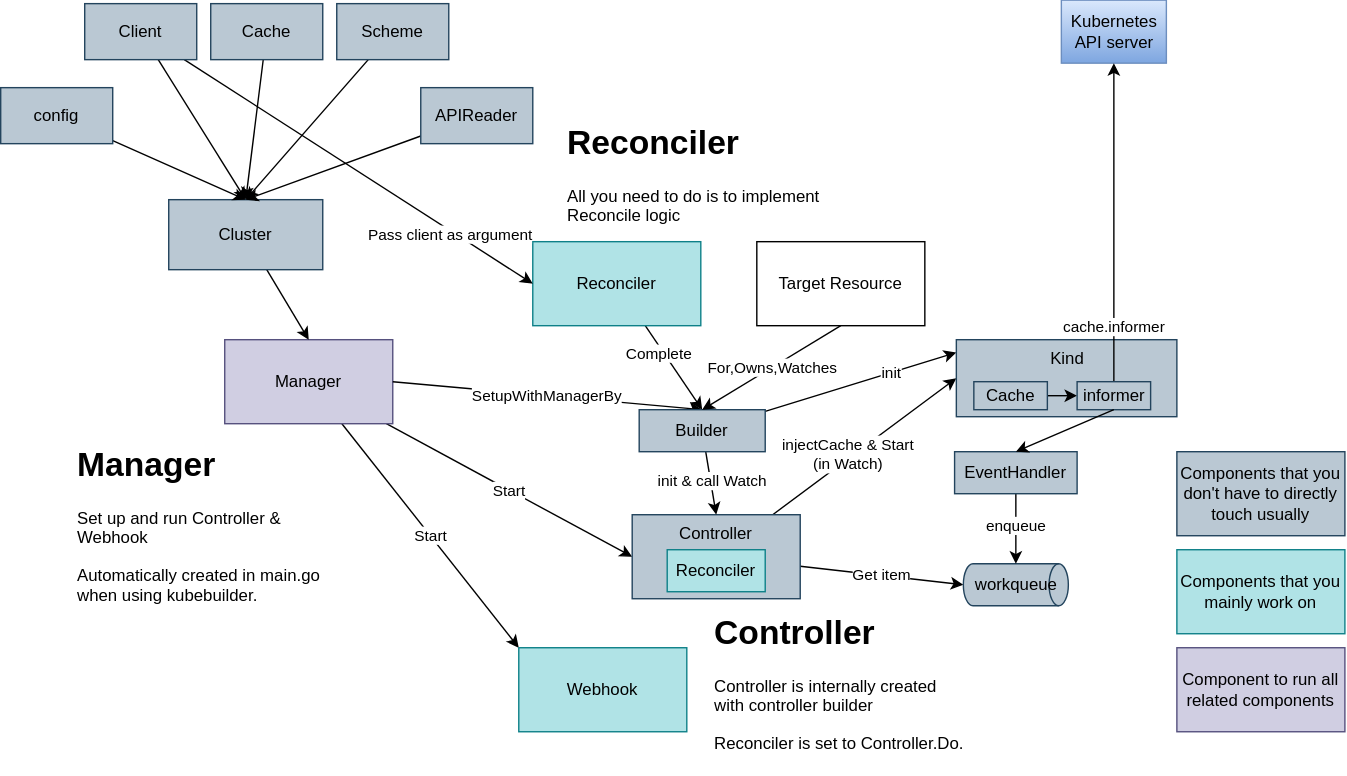
The draw.io diagram contents/kubernetes-operator/controller-runtime/diagram.drawio.svg in nakamasato/kubernetes-training, before a commit. Source tidied: cells renumbered, new cells last; positions are measured from the earlier drawing's top-left corner, leaving out a move shared by most shapes.
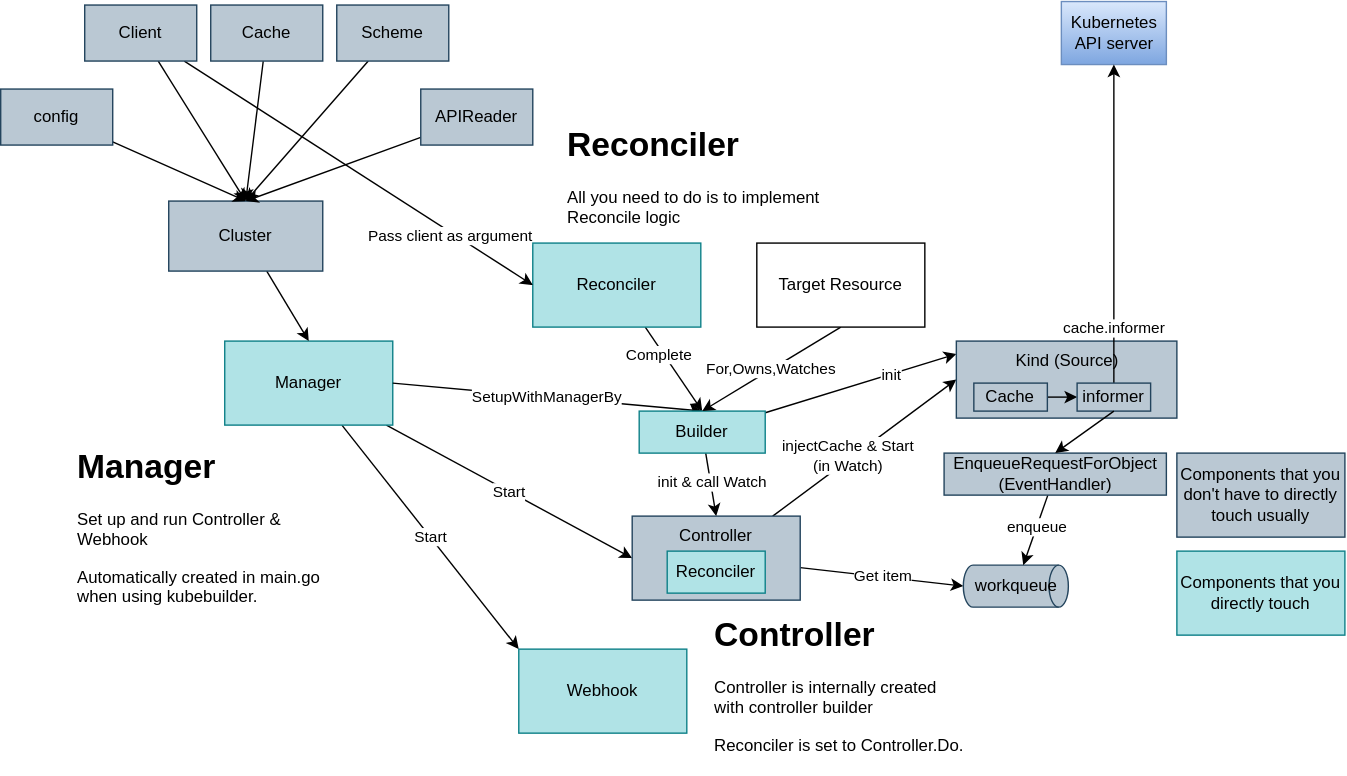
The same diagram one commit later.

What changed in the source:
```diff
@@ -8,7 +8,7 @@
     <mxCell id="3" value="Start" style="edgeStyle=none;html=1;entryX=0;entryY=0;entryDx=0;entryDy=0;" parent="1" edge="1" source="4" target="8">
       <mxGeometry relative="1" as="geometry" />
     </mxCell>
-    <mxCell id="4" value="Manager" style="rounded=0;whiteSpace=wrap;html=1;fillColor=#d0cee2;strokeColor=#56517e;" parent="1" vertex="1">
+    <mxCell id="4" value="Manager" style="rounded=0;whiteSpace=wrap;html=1;fillColor=#b0e3e6;strokeColor=#0e8088;" parent="1" vertex="1">
       <mxGeometry x="160" y="242" width="120" height="60" as="geometry" />
     </mxCell>
     <mxCell id="5" value="injectCache &amp;amp; Start&lt;br&gt;(in Watch)" style="edgeStyle=none;html=1;entryX=0;entryY=0.5;entryDx=0;entryDy=0;" parent="1" edge="1" source="7" target="38">
@@ -65,15 +65,12 @@
     <mxCell id="22" value="Reconciler" style="rounded=0;whiteSpace=wrap;html=1;fillColor=#b0e3e6;strokeColor=#0e8088;" parent="1" vertex="1">
       <mxGeometry x="476" y="392" width="70" height="30" as="geometry" />
     </mxCell>
-    <mxCell id="23" value="Components that you mainly work on" style="rounded=0;whiteSpace=wrap;html=1;fillColor=#b0e3e6;strokeColor=#0e8088;" parent="1" vertex="1">
+    <mxCell id="23" value="Components that you directly touch" style="rounded=0;whiteSpace=wrap;html=1;fillColor=#b0e3e6;strokeColor=#0e8088;" parent="1" vertex="1">
       <mxGeometry x="840" y="392" width="120" height="60" as="geometry" />
     </mxCell>
     <mxCell id="24" value="Components that you don't have to directly touch usually" style="rounded=0;whiteSpace=wrap;html=1;fillColor=#bac8d3;strokeColor=#23445d;" parent="1" vertex="1">
       <mxGeometry x="840" y="322" width="120" height="60" as="geometry" />
     </mxCell>
-    <mxCell id="25" value="Component to run all related components" style="rounded=0;whiteSpace=wrap;html=1;fillColor=#d0cee2;strokeColor=#56517e;" parent="1" vertex="1">
-      <mxGeometry x="840" y="462" width="120" height="60" as="geometry" />
-    </mxCell>
     <mxCell id="26" value="&lt;h1&gt;Controller&lt;/h1&gt;&lt;p&gt;Controller is internally created with controller builder&lt;/p&gt;&lt;p&gt;Reconciler is set to Controller.Do.&lt;/p&gt;" style="text;html=1;strokeColor=none;fillColor=none;spacing=5;spacingTop=-20;whiteSpace=wrap;overflow=hidden;rounded=0;" parent="1" vertex="1">
       <mxGeometry x="505" y="432" width="190" height="120" as="geometry" />
     </mxCell>
@@ -91,7 +88,7 @@
     <mxCell id="30" value="init" style="edgeLabel;html=1;align=center;verticalAlign=middle;" parent="29" vertex="1">
       <mxGeometry x="0.31" relative="1" as="geometry" />
     </mxCell>
-    <mxCell id="31" value="Builder" style="rounded=0;whiteSpace=wrap;html=1;fillColor=#bac8d3;strokeColor=#23445d;verticalAlign=middle;" parent="1" vertex="1">
+    <mxCell id="31" value="Builder" style="rounded=0;whiteSpace=wrap;html=1;fillColor=#b0e3e6;strokeColor=#0e8088;verticalAlign=middle;" parent="1" vertex="1">
       <mxGeometry x="456" y="292" width="90" height="30" as="geometry" />
     </mxCell>
     <mxCell id="32" style="edgeStyle=none;html=1;entryX=0.5;entryY=0;entryDx=0;entryDy=0;" parent="1" edge="1" source="33" target="4">
@@ -112,7 +109,7 @@
     <mxCell id="37" value="APIReader" style="rounded=0;whiteSpace=wrap;html=1;fillColor=#bac8d3;strokeColor=#23445d;" parent="1" vertex="1">
       <mxGeometry x="300" y="62" width="80" height="40" as="geometry" />
     </mxCell>
-    <mxCell id="38" value="Kind" style="rounded=0;whiteSpace=wrap;html=1;fillColor=#bac8d3;strokeColor=#23445d;verticalAlign=top;" parent="1" vertex="1">
+    <mxCell id="38" value="Kind (Source)" style="rounded=0;whiteSpace=wrap;html=1;fillColor=#bac8d3;strokeColor=#23445d;verticalAlign=top;" parent="1" vertex="1">
       <mxGeometry x="682.5" y="242" width="157.5" height="55" as="geometry" />
     </mxCell>
     <mxCell id="39" value="Kubernetes&lt;br&gt;API server" style="rounded=0;whiteSpace=wrap;html=1;fillColor=#dae8fc;strokeColor=#6c8ebf;verticalAlign=middle;gradientColor=#7ea6e0;" parent="1" vertex="1">
@@ -127,8 +124,8 @@
     <mxCell id="42" value="enqueue" style="edgeLabel;html=1;align=center;verticalAlign=middle;" parent="41" vertex="1">
       <mxGeometry x="-0.09" relative="1" as="geometry" />
     </mxCell>
-    <mxCell id="43" value="EventHandler" style="rounded=0;whiteSpace=wrap;html=1;fillColor=#bac8d3;strokeColor=#23445d;verticalAlign=middle;" parent="1" vertex="1">
-      <mxGeometry x="681.2" y="322" width="87.5" height="30" as="geometry" />
+    <mxCell id="43" value="EnqueueRequestForObject&lt;br&gt;(EventHandler)" style="rounded=0;whiteSpace=wrap;html=1;fillColor=#bac8d3;strokeColor=#23445d;verticalAlign=middle;" parent="1" vertex="1">
+      <mxGeometry x="673.8" y="322" width="158.8" height="30" as="geometry" />
     </mxCell>
     <mxCell id="44" value="For,Owns,Watches" style="edgeStyle=none;html=1;entryX=0.5;entryY=0;entryDx=0;entryDy=0;exitX=0.5;exitY=1;exitDx=0;exitDy=0;" parent="1" edge="1" source="45" target="31">
       <mxGeometry relative="1" as="geometry" />
```
